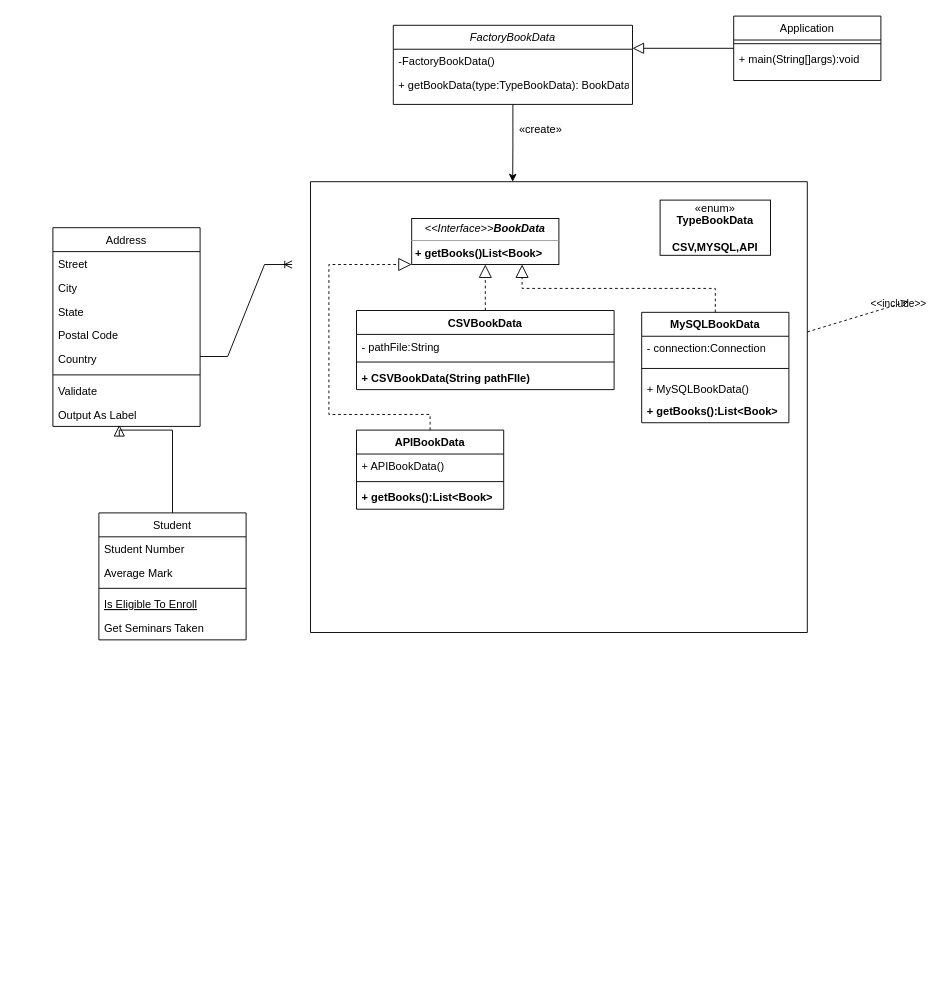
Earlier version of the draw.io diagram Biểu đồ không có tiêu đề.drawio (khanh8603/khanh8603). Source tidied: cells renumbered, new cells numbered last; positions are measured from the earlier drawing's top-left corner, leaving out a move shared by most shapes. Both pictures are drawn from the tidied source at 92%, with x=0, y=0 at pixel (52, 16).
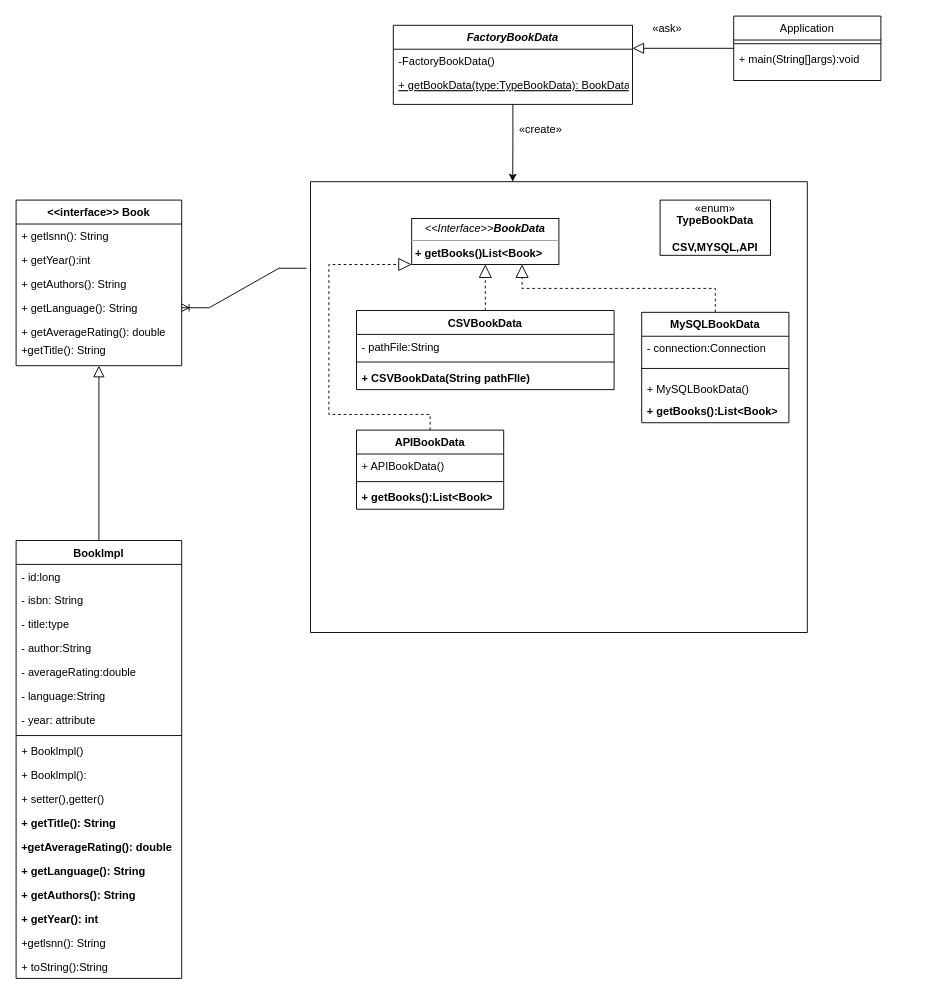
The same page after the edit.

Commit message:
Cập nhật Biểu đồ không có tiêu đề.drawio

The change refers to these unchanged cells:
```xml
<mxCell id="26" style="swimlane;startSize=0;" parent="1" vertex="1">
  <mxGeometry x="280" y="180" width="540" height="490" as="geometry" />
</mxCell>
```

What changed in the source:
```diff
@@
-    <mxCell id="2" value="FactoryBookData" style="swimlane;fontStyle=2;align=center;verticalAlign=top;horizontal=1;startSize=26;rounded=0;shadow=0;strokeWidth=1;" parent="1" vertex="1">
+    <mxCell id="2" value="FactoryBookData" style="swimlane;fontStyle=3;align=center;verticalAlign=top;horizontal=1;startSize=26;rounded=0;shadow=0;strokeWidth=1;" parent="1" vertex="1">
       <mxGeometry x="370" y="10" width="260" height="86" as="geometry" />
     </mxCell>
@@
-    <mxCell id="4" value="+ getBookData(type:TypeBookData): BookData" style="text;align=left;verticalAlign=top;spacingLeft=4;spacingRight=4;overflow=hidden;rounded=0;shadow=0;html=0;" parent="2" vertex="1">
+    <mxCell id="4" value="+ getBookData(type:TypeBookData): BookData" style="text;align=left;verticalAlign=top;spacingLeft=4;spacingRight=4;overflow=hidden;rounded=0;shadow=0;html=0;fontStyle=4;" parent="2" vertex="1">
       <mxGeometry y="52" width="260" height="26" as="geometry" />
     </mxCell>
-    <mxCell id="5" value="Student" style="swimlane;fontStyle=0;align=center;verticalAlign=top;horizontal=1;startSize=26;rounded=0;shadow=0;strokeWidth=1;" parent="1" vertex="1">
-      <mxGeometry x="50" y="540" width="160" height="138" as="geometry" />
+    <mxCell id="5" value="Booklmpl" style="swimlane;fontStyle=1;align=center;verticalAlign=top;horizontal=1;startSize=26;rounded=0;shadow=0;strokeWidth=1;" parent="1" vertex="1">
+      <mxGeometry x="-40" y="570" width="180" height="476" as="geometry" />
     </mxCell>
-    <mxCell id="6" value="Student Number" style="text;align=left;verticalAlign=top;spacingLeft=4;spacingRight=4;overflow=hidden;" parent="5" vertex="1">
-      <mxGeometry y="26" width="160" height="26" as="geometry" />
+    <mxCell id="6" value="- id:long" style="text;align=left;verticalAlign=top;spacingLeft=4;spacingRight=4;overflow=hidden;" parent="5" vertex="1">
+      <mxGeometry y="26" width="180" height="26" as="geometry" />
     </mxCell>
+    <mxCell id="48" value="- isbn: String" style="text;align=left;verticalAlign=top;spacingLeft=4;spacingRight=4;overflow=hidden;rounded=0;shadow=0;html=0;" parent="5" vertex="1">
+      <mxGeometry y="52" width="180" height="26" as="geometry" />
+    </mxCell>
+    <mxCell id="49" value="- title:type" style="text;align=left;verticalAlign=top;spacingLeft=4;spacingRight=4;overflow=hidden;rounded=0;shadow=0;html=0;" parent="5" vertex="1">
+      <mxGeometry y="78" width="180" height="26" as="geometry" />
+    </mxCell>
+    <mxCell id="50" value="- author:String" style="text;align=left;verticalAlign=top;spacingLeft=4;spacingRight=4;overflow=hidden;rounded=0;shadow=0;html=0;" parent="5" vertex="1">
+      <mxGeometry y="104" width="180" height="26" as="geometry" />
+    </mxCell>
+    <mxCell id="51" value="- averageRating:double" style="text;align=left;verticalAlign=top;spacingLeft=4;spacingRight=4;overflow=hidden;rounded=0;shadow=0;html=0;" parent="5" vertex="1">
+      <mxGeometry y="130" width="180" height="26" as="geometry" />
+    </mxCell>
+    <mxCell id="52" value="- language:String" style="text;align=left;verticalAlign=top;spacingLeft=4;spacingRight=4;overflow=hidden;rounded=0;shadow=0;html=0;" parent="5" vertex="1">
+      <mxGeometry y="156" width="180" height="26" as="geometry" />
+    </mxCell>
-    <mxCell id="7" value="Average Mark" style="text;align=left;verticalAlign=top;spacingLeft=4;spacingRight=4;overflow=hidden;rounded=0;shadow=0;html=0;" parent="5" vertex="1">
-      <mxGeometry y="52" width="160" height="26" as="geometry" />
+    <mxCell id="7" value="- year: attribute" style="text;align=left;verticalAlign=top;spacingLeft=4;spacingRight=4;overflow=hidden;rounded=0;shadow=0;html=0;" parent="5" vertex="1">
+      <mxGeometry y="182" width="180" height="26" as="geometry" />
     </mxCell>
     <mxCell id="8" style="line;html=1;strokeWidth=1;align=left;verticalAlign=middle;spacingTop=-1;spacingLeft=3;spacingRight=3;labelPosition=right;" parent="5" vertex="1">
-      <mxGeometry y="78" width="160" height="8" as="geometry" />
+      <mxGeometry y="208" width="180" height="8" as="geometry" />
     </mxCell>
-    <mxCell id="9" value="Is Eligible To Enroll" style="text;align=left;verticalAlign=top;spacingLeft=4;spacingRight=4;overflow=hidden;fontStyle=4;" parent="5" vertex="1">
-      <mxGeometry y="86" width="160" height="26" as="geometry" />
+    <mxCell id="9" value="+ Booklmpl()" style="text;align=left;verticalAlign=top;spacingLeft=4;spacingRight=4;overflow=hidden;fontStyle=0;" parent="5" vertex="1">
+      <mxGeometry y="216" width="180" height="26" as="geometry" />
     </mxCell>
-    <mxCell id="10" value="Get Seminars Taken" style="text;align=left;verticalAlign=top;spacingLeft=4;spacingRight=4;overflow=hidden;" parent="5" vertex="1">
-      <mxGeometry y="112" width="160" height="26" as="geometry" />
+    <mxCell id="10" value="+ Booklmpl():" style="text;align=left;verticalAlign=top;spacingLeft=4;spacingRight=4;overflow=hidden;" parent="5" vertex="1">
+      <mxGeometry y="242" width="180" height="26" as="geometry" />
     </mxCell>
+    <mxCell id="53" value="+ setter(),getter()" style="text;align=left;verticalAlign=top;spacingLeft=4;spacingRight=4;overflow=hidden;" parent="5" vertex="1">
+      <mxGeometry y="268" width="180" height="26" as="geometry" />
+    </mxCell>
+    <mxCell id="54" value="+ getTitle(): String" style="text;align=left;verticalAlign=top;spacingLeft=4;spacingRight=4;overflow=hidden;fontStyle=1;" parent="5" vertex="1">
+      <mxGeometry y="294" width="180" height="26" as="geometry" />
+    </mxCell>
+    <mxCell id="55" value="+getAverageRating(): double" style="text;align=left;verticalAlign=top;spacingLeft=4;spacingRight=4;overflow=hidden;fontStyle=1;" parent="5" vertex="1">
+      <mxGeometry y="320" width="180" height="26" as="geometry" />
+    </mxCell>
+    <mxCell id="56" value="+ getLanguage(): String" style="text;align=left;verticalAlign=top;spacingLeft=4;spacingRight=4;overflow=hidden;fontStyle=1;" parent="5" vertex="1">
+      <mxGeometry y="346" width="180" height="26" as="geometry" />
+    </mxCell>
+    <mxCell id="57" value="+ getAuthors(): String" style="text;align=left;verticalAlign=top;spacingLeft=4;spacingRight=4;overflow=hidden;fontStyle=1;" parent="5" vertex="1">
+      <mxGeometry y="372" width="180" height="26" as="geometry" />
+    </mxCell>
+    <mxCell id="58" value="+ getYear(): int" style="text;align=left;verticalAlign=top;spacingLeft=4;spacingRight=4;overflow=hidden;fontStyle=1;" parent="5" vertex="1">
+      <mxGeometry y="398" width="180" height="26" as="geometry" />
+    </mxCell>
+    <mxCell id="59" value="+getlsnn(): String" style="text;align=left;verticalAlign=top;spacingLeft=4;spacingRight=4;overflow=hidden;" parent="5" vertex="1">
+      <mxGeometry y="424" width="180" height="26" as="geometry" />
+    </mxCell>
+    <mxCell id="60" value="+ toString():String" style="text;align=left;verticalAlign=top;spacingLeft=4;spacingRight=4;overflow=hidden;" parent="5" vertex="1">
+      <mxGeometry y="450" width="180" height="26" as="geometry" />
+    </mxCell>
-    <mxCell id="11" style="endArrow=block;endSize=10;endFill=0;shadow=0;strokeWidth=1;rounded=0;edgeStyle=elbowEdgeStyle;elbow=vertical;entryX=0.451;entryY=0.938;entryDx=0;entryDy=0;exitX=0.5;exitY=0;exitDx=0;exitDy=0;entryPerimeter=0;" parent="1" edge="1" source="5" target="24">
+    <mxCell id="11" style="endArrow=block;endSize=10;endFill=0;shadow=0;strokeWidth=1;rounded=0;edgeStyle=elbowEdgeStyle;elbow=vertical;exitX=0.5;exitY=0;exitDx=0;exitDy=0;entryX=0.5;entryY=1;entryDx=0;entryDy=0;" parent="1" edge="1" source="5" target="16">
       <mxGeometry relative="1" as="geometry">
         <Array as="points">
           <mxPoint x="130" y="450" />
         </Array>
       </mxGeometry>
     </mxCell>
@@
-    <mxCell id="16" value="Address" style="swimlane;fontStyle=0;align=center;verticalAlign=top;horizontal=1;startSize=26;rounded=0;shadow=0;strokeWidth=1;" parent="1" vertex="1">
-      <mxGeometry y="230" width="160" height="216" as="geometry" />
+    <mxCell id="16" value="&lt;&lt;interface&gt;&gt; Book" style="swimlane;fontStyle=1;align=center;verticalAlign=top;horizontal=1;startSize=26;rounded=0;shadow=0;strokeWidth=1;whiteSpace=wrap;" parent="1" vertex="1">
+      <mxGeometry x="-40" y="200" width="180" height="180" as="geometry" />
     </mxCell>
-    <mxCell id="17" value="Street" style="text;align=left;verticalAlign=top;spacingLeft=4;spacingRight=4;overflow=hidden;" parent="16" vertex="1">
-      <mxGeometry y="26" width="160" height="26" as="geometry" />
+    <mxCell id="17" value="+ getlsnn(): String" style="text;align=left;verticalAlign=top;spacingLeft=4;spacingRight=4;overflow=hidden;" parent="16" vertex="1">
+      <mxGeometry y="26" width="180" height="26" as="geometry" />
     </mxCell>
-    <mxCell id="18" value="City" style="text;align=left;verticalAlign=top;spacingLeft=4;spacingRight=4;overflow=hidden;rounded=0;shadow=0;html=0;" parent="16" vertex="1">
-      <mxGeometry y="52" width="160" height="26" as="geometry" />
+    <mxCell id="18" value="+ getYear():int" style="text;align=left;verticalAlign=top;spacingLeft=4;spacingRight=4;overflow=hidden;rounded=0;shadow=0;html=0;" parent="16" vertex="1">
+      <mxGeometry y="52" width="180" height="26" as="geometry" />
     </mxCell>
-    <mxCell id="19" value="State" style="text;align=left;verticalAlign=top;spacingLeft=4;spacingRight=4;overflow=hidden;rounded=0;shadow=0;html=0;" parent="16" vertex="1">
-      <mxGeometry y="78" width="160" height="26" as="geometry" />
+    <mxCell id="19" value="+ getAuthors(): String" style="text;align=left;verticalAlign=top;spacingLeft=4;spacingRight=4;overflow=hidden;rounded=0;shadow=0;html=0;" parent="16" vertex="1">
+      <mxGeometry y="78" width="180" height="26" as="geometry" />
     </mxCell>
-    <mxCell id="20" value="Postal Code" style="text;align=left;verticalAlign=top;spacingLeft=4;spacingRight=4;overflow=hidden;points=[[0,0.5],[1,0.5]];portConstraint=eastwest;rounded=0;shadow=0;html=0;" parent="16" vertex="1">
-      <mxGeometry y="104" width="160" height="26" as="geometry" />
+    <mxCell id="20" value="+ getLanguage(): String" style="text;align=left;verticalAlign=top;spacingLeft=4;spacingRight=4;overflow=hidden;points=[[0,0.5],[1,0.5]];portConstraint=eastwest;rounded=0;shadow=0;html=0;" parent="16" vertex="1">
+      <mxGeometry y="104" width="180" height="26" as="geometry" />
     </mxCell>
-    <mxCell id="21" value="Country" style="text;align=left;verticalAlign=top;spacingLeft=4;spacingRight=4;overflow=hidden;rounded=0;shadow=0;html=0;" parent="16" vertex="1">
-      <mxGeometry y="130" width="160" height="26" as="geometry" />
+    <mxCell id="21" value="+ getAverageRating(): double" style="text;align=left;verticalAlign=top;spacingLeft=4;spacingRight=4;overflow=hidden;rounded=0;shadow=0;html=0;" parent="16" vertex="1">
+      <mxGeometry y="130" width="180" height="20" as="geometry" />
     </mxCell>
-    <mxCell id="22" style="line;html=1;strokeWidth=1;align=left;verticalAlign=middle;spacingTop=-1;spacingLeft=3;spacingRight=3;labelPosition=right;" parent="16" vertex="1">
-      <mxGeometry y="156" width="160" height="8" as="geometry" />
-    </mxCell>
-    <mxCell id="23" value="Validate" style="text;align=left;verticalAlign=top;spacingLeft=4;spacingRight=4;overflow=hidden;" parent="16" vertex="1">
-      <mxGeometry y="164" width="160" height="26" as="geometry" />
-    </mxCell>
-    <mxCell id="24" value="Output As Label" style="text;align=left;verticalAlign=top;spacingLeft=4;spacingRight=4;overflow=hidden;points=[[0,0.5],[1,0.5]];portConstraint=eastwest;" parent="16" vertex="1">
-      <mxGeometry y="190" width="160" height="26" as="geometry" />
-    </mxCell>
+    <mxCell id="61" value="+getTitle(): String" style="text;align=left;verticalAlign=top;spacingLeft=4;spacingRight=4;overflow=hidden;rounded=0;shadow=0;html=0;" parent="16" vertex="1">
+      <mxGeometry y="150" width="180" height="20" as="geometry" />
+    </mxCell>
-    <mxCell id="25" value="&lt;span style=&quot;color: rgb(0, 0, 0); font-family: Helvetica; font-size: 12px; font-style: normal; font-variant-ligatures: normal; font-variant-caps: normal; font-weight: 400; letter-spacing: normal; orphans: 2; text-align: center; text-indent: 0px; text-transform: none; widows: 2; word-spacing: 0px; -webkit-text-stroke-width: 0px; background-color: rgb(251, 251, 251); text-decoration-thickness: initial; text-decoration-style: initial; text-decoration-color: initial; float: none; display: inline !important;&quot;&gt;«create»&lt;/span&gt;" style="text;whiteSpace=wrap;html=1;" parent="1" vertex="1">
+    <mxCell id="25" value="«create»" style="text;whiteSpace=wrap;html=1;" parent="1" vertex="1">
       <mxGeometry x="505" y="110" width="90" height="40" as="geometry" />
     </mxCell>
@@
-    <mxCell id="46" value="&amp;lt;&amp;lt;include&amp;gt;&amp;gt;" style="html=1;verticalAlign=bottom;labelBackgroundColor=none;endArrow=open;endFill=0;dashed=1;rounded=0;" parent="1" edge="1" source="26">
-      <mxGeometry x="0.76" y="-8" relative="1" as="geometry">
-        <mxPoint x="930" y="310" as="targetPoint" />
-      </mxGeometry>
-    </mxCell>
-    <mxCell id="47" style="edgeStyle=entityRelationEdgeStyle;fontSize=12;html=1;endArrow=ERoneToMany;rounded=0;" parent="1" edge="1">
-      <mxGeometry relative="1" as="geometry">
-        <mxPoint x="160" y="370" as="sourcePoint" />
-        <mxPoint x="260" y="270" as="targetPoint" />
-      </mxGeometry>
+    <mxCell id="47" style="edgeStyle=entityRelationEdgeStyle;fontSize=12;html=1;endArrow=ERoneToMany;rounded=0;exitX=-0.008;exitY=0.192;exitDx=0;exitDy=0;exitPerimeter=0;entryX=1;entryY=0.5;entryDx=0;entryDy=0;" parent="1" edge="1" source="26" target="20">
+      <mxGeometry relative="1" as="geometry" />
     </mxCell>
+    <mxCell id="62" value="«ask»" style="text;whiteSpace=wrap;html=1;" parent="1" vertex="1">
+      <mxGeometry x="650" width="90" height="40" as="geometry" />
+    </mxCell>
```
